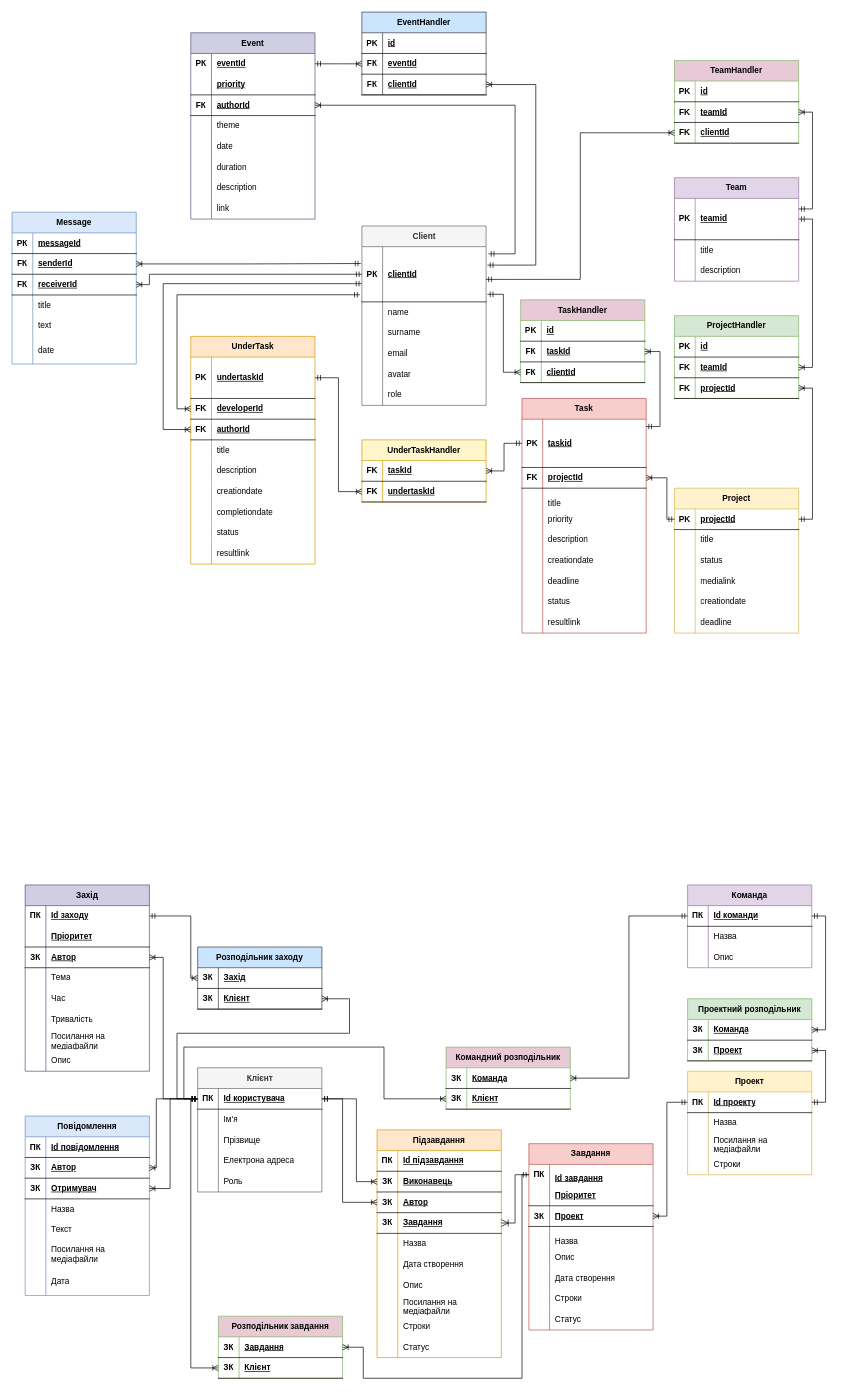
OldAchoK/kp-task-manager-vaitsekhovskyi-o-s-ipz-402 keeps this draw.io diagram as page "(actual) 06.05.2025 beta4" (1 of 5) of docs/db/kp.drawio. Above is the earlier version. Source tidied: cells renumbered, new cells numbered last; positions are measured from the earlier drawing's top-left corner, leaving out a move shared by most shapes. Both pictures are drawn from the tidied source at 69%, with x=0, y=0 at pixel (-168, 12).
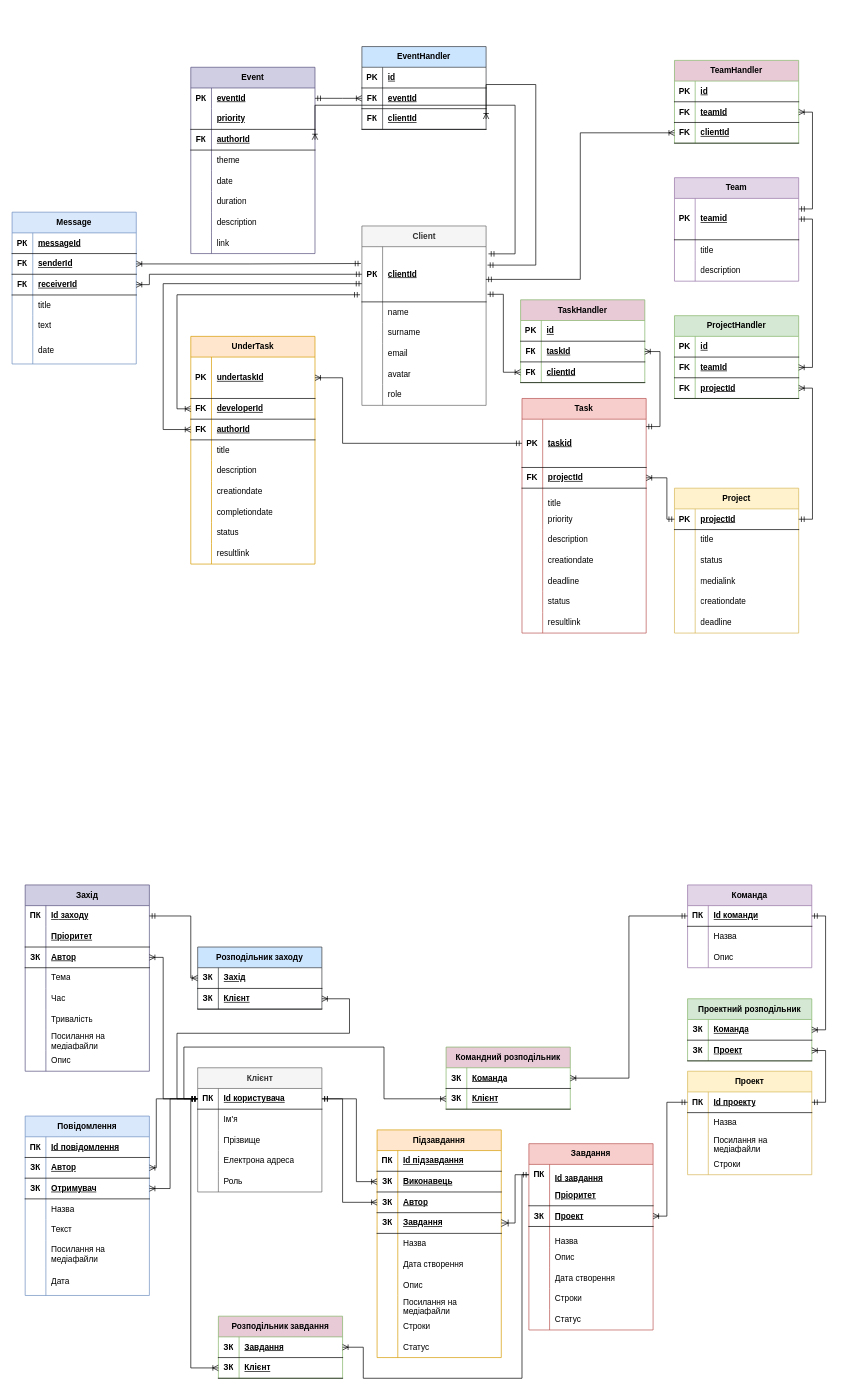
After the change.

The change refers to these unchanged cells:
```xml
<mxCell id="209" style="shape=tableRow;horizontal=0;startSize=0;swimlaneHead=0;swimlaneBody=0;fillColor=none;points=[[0,0.5],[1,0.5]];portConstraint=eastwest;top=0;left=0;right=0;bottom=1;html=1;" parent="208" vertex="1">
  <mxGeometry y="30" width="180" height="70" as="geometry" />
</mxCell>
<mxCell id="237" style="shape=tableRow;horizontal=0;startSize=0;swimlaneHead=0;swimlaneBody=0;fillColor=none;points=[[0,0.5],[1,0.5]];portConstraint=eastwest;top=0;left=0;right=0;bottom=1;html=1;" parent="236" vertex="1">
  <mxGeometry y="30" width="180" height="60" as="geometry" />
</mxCell>
<mxCell id="265" style="shape=tableRow;horizontal=0;startSize=0;swimlaneHead=0;swimlaneBody=0;fillColor=none;points=[[0,0.5],[1,0.5]];portConstraint=eastwest;top=0;left=0;right=0;bottom=0;html=1;fontSize=10;" parent="264" vertex="1">
  <mxGeometry y="30" width="180" height="30" as="geometry" />
</mxCell>
<mxCell id="361" style="shape=tableRow;horizontal=0;startSize=0;swimlaneHead=0;swimlaneBody=0;fillColor=none;points=[[0,0.5],[1,0.5]];portConstraint=eastwest;top=0;left=0;right=0;bottom=1;html=1;" parent="357" vertex="1">
  <mxGeometry y="60" width="180" height="30" as="geometry" />
</mxCell>
```

Change to the diagram source:
```diff
@@
     <mxCell id="264" value="&lt;span style=&quot;text-wrap: nowrap;&quot;&gt;Event&lt;/span&gt;" style="shape=table;startSize=30;childLayout=tableLayout;rowLines=0;fontStyle=1;align=center;html=1;whiteSpace=wrap;fillColor=#d0cee2;strokeColor=#56517e;" parent="1" vertex="1">
-      <mxGeometry x="520" y="30" width="180" height="270" as="geometry" />
+      <mxGeometry x="520" y="80" width="180" height="270" as="geometry" />
     </mxCell>
@@
     <mxCell id="357" value="&lt;span style=&quot;text-wrap-mode: nowrap;&quot;&gt;EventHandler&lt;/span&gt;" style="shape=table;startSize=30;childLayout=tableLayout;rowLines=0;fontStyle=1;align=center;html=1;whiteSpace=wrap;fillColor=#cce5ff;strokeColor=#36393d;" parent="1" vertex="1">
-      <mxGeometry x="768" width="180" height="120" as="geometry" />
+      <mxGeometry x="768" y="50" width="180" height="120" as="geometry" />
     </mxCell>
@@
     <mxCell id="367" style="edgeStyle=orthogonalEdgeStyle;rounded=0;jettySize=auto;html=1;exitX=0;exitY=0.5;exitDx=0;exitDy=0;entryX=1;entryY=0.5;entryDx=0;entryDy=0;endArrow=ERmandOne;endFill=0;startArrow=ERoneToMany;startFill=0;" parent="1" edge="1" source="361" target="265">
       <mxGeometry relative="1" as="geometry">
         <Array as="points">
-          <mxPoint x="740" y="75" />
-          <mxPoint x="740" y="75" />
+          <mxPoint x="740" y="125" />
+          <mxPoint x="740" y="125" />
         </Array>
       </mxGeometry>
     </mxCell>
@@
-    <mxCell id="379" style="edgeStyle=orthogonalEdgeStyle;rounded=0;jettySize=auto;html=1;exitX=1;exitY=0.5;exitDx=0;exitDy=0;entryX=0;entryY=0.5;entryDx=0;entryDy=0;endArrow=ERmandOne;endFill=0;startArrow=ERoneToMany;startFill=0;" parent="1" edge="1" source="380">
-      <mxGeometry relative="1" as="geometry" />
-    </mxCell>
-    <mxCell id="380" value="&lt;span style=&quot;text-wrap: nowrap;&quot;&gt;UnderTaskHandler&lt;/span&gt;" style="shape=table;startSize=30;childLayout=tableLayout;rowLines=0;fontStyle=1;align=center;html=1;whiteSpace=wrap;fillColor=#FFF6CC;strokeColor=#d79b00;" parent="1" vertex="1">
-      <mxGeometry x="768" y="620" width="180" height="90" as="geometry" />
-    </mxCell>
-    <mxCell id="381" style="shape=tableRow;horizontal=0;startSize=0;swimlaneHead=0;swimlaneBody=0;fillColor=none;points=[[0,0.5],[1,0.5]];portConstraint=eastwest;top=0;left=0;right=0;bottom=1;html=1;" parent="380" vertex="1">
-      <mxGeometry y="30" width="180" height="30" as="geometry" />
-    </mxCell>
-    <mxCell id="382" value="FK" style="shape=partialRectangle;fillColor=none;top=0;left=0;bottom=0;right=0;fontStyle=1;overflow=hidden;html=1;whiteSpace=wrap;" parent="381" vertex="1">
-      <mxGeometry width="30" height="30" as="geometry" />
-    </mxCell>
-    <mxCell id="383" value="taskId" style="shape=partialRectangle;fillColor=none;top=0;left=0;bottom=0;right=0;align=left;spacingLeft=6;fontStyle=5;overflow=hidden;html=1;whiteSpace=wrap;" parent="381" vertex="1">
-      <mxGeometry x="30" width="150" height="30" as="geometry" />
-    </mxCell>
-    <mxCell id="384" style="shape=tableRow;horizontal=0;startSize=0;swimlaneHead=0;swimlaneBody=0;fillColor=none;points=[[0,0.5],[1,0.5]];portConstraint=eastwest;top=0;left=0;right=0;bottom=1;html=1;" parent="380" vertex="1">
-      <mxGeometry y="60" width="180" height="30" as="geometry" />
-    </mxCell>
-    <mxCell id="385" value="FK" style="shape=partialRectangle;fillColor=none;top=0;left=0;bottom=0;right=0;fontStyle=1;overflow=hidden;html=1;whiteSpace=wrap;" parent="384" vertex="1">
-      <mxGeometry width="30" height="30" as="geometry" />
-    </mxCell>
-    <mxCell id="386" value="undertaskId" style="shape=partialRectangle;fillColor=none;top=0;left=0;bottom=0;right=0;align=left;spacingLeft=6;fontStyle=5;overflow=hidden;html=1;whiteSpace=wrap;" parent="384" vertex="1">
-      <mxGeometry x="30" width="150" height="30" as="geometry" />
-    </mxCell>
-    <mxCell id="387" style="edgeStyle=orthogonalEdgeStyle;rounded=0;jettySize=auto;html=1;entryX=1;entryY=0.5;entryDx=0;entryDy=0;endArrow=ERmandOne;endFill=0;startArrow=ERoneToMany;startFill=0;" parent="1" edge="1" source="384" target="237">
-      <mxGeometry relative="1" as="geometry" />
-    </mxCell>
@@
-    <mxCell id="391" style="edgeStyle=orthogonalEdgeStyle;rounded=0;jettySize=auto;html=1;exitX=1;exitY=0.5;exitDx=0;exitDy=0;entryX=0;entryY=0.5;entryDx=0;entryDy=0;endArrow=ERmandOne;endFill=0;startArrow=ERoneToMany;startFill=0;" parent="1" edge="1" source="381" target="209">
-      <mxGeometry relative="1" as="geometry" />
-    </mxCell>
@@
+    <mxCell id="403" style="edgeStyle=orthogonalEdgeStyle;rounded=0;jettySize=auto;html=1;exitX=1;exitY=0.5;exitDx=0;exitDy=0;entryX=0;entryY=0.5;entryDx=0;entryDy=0;startArrow=ERoneToMany;startFill=0;endArrow=ERmandOne;endFill=0;" parent="1" edge="1" source="237" target="209">
+      <mxGeometry relative="1" as="geometry">
+        <Array as="points">
+          <mxPoint x="740" y="530" />
+          <mxPoint x="740" y="625" />
+        </Array>
+      </mxGeometry>
+    </mxCell>
```
